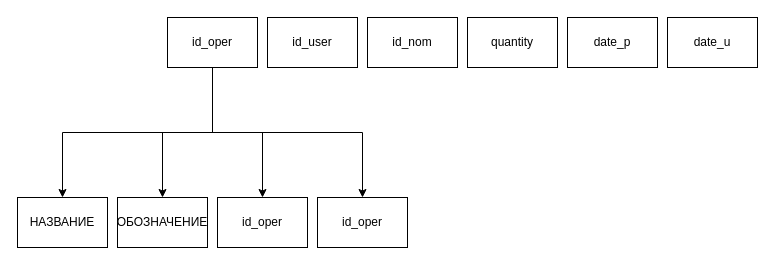
Before: doc/quan.drawio in i5anin/vue.soft.pfforum, a draw.io diagram. Source tidied: cells renumbered, new cells numbered last; positions are measured from the earlier drawing's top-left corner, leaving out a move shared by most shapes. Both pictures are drawn from the tidied source at 100%, with x=0, y=0 at pixel (17, 17).
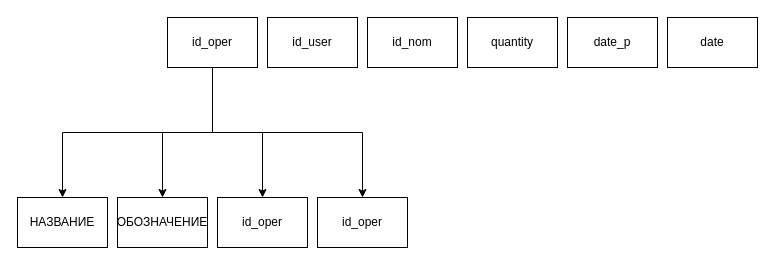
The same page after the edit.

What changed in the source:
```diff
@@
 <mxGraphModel>
   <root>
     <mxCell id="0" />
     <mxCell id="1" parent="0" />
     <mxCell id="2" style="edgeStyle=orthogonalEdgeStyle;rounded=0;jettySize=auto;html=1;exitX=0.5;exitY=1;exitDx=0;exitDy=0;" parent="1" edge="1" source="6" target="12">
       <mxGeometry relative="1" as="geometry" />
     </mxCell>
     <mxCell id="3" style="edgeStyle=orthogonalEdgeStyle;rounded=0;jettySize=auto;html=1;exitX=0.5;exitY=1;exitDx=0;exitDy=0;" parent="1" edge="1" source="6" target="13">
       <mxGeometry relative="1" as="geometry" />
     </mxCell>
     <mxCell id="4" style="edgeStyle=orthogonalEdgeStyle;rounded=0;jettySize=auto;html=1;exitX=0.5;exitY=1;exitDx=0;exitDy=0;" parent="1" edge="1" source="6" target="14">
       <mxGeometry relative="1" as="geometry" />
     </mxCell>
     <mxCell id="5" style="edgeStyle=orthogonalEdgeStyle;rounded=0;jettySize=auto;html=1;exitX=0.5;exitY=1;exitDx=0;exitDy=0;" parent="1" edge="1" source="6" target="15">
       <mxGeometry relative="1" as="geometry" />
     </mxCell>
     <mxCell id="6" value="id_oper" style="rounded=0;whiteSpace=wrap;html=1;" parent="1" vertex="1">
       <mxGeometry x="150" width="90" height="50" as="geometry" />
     </mxCell>
     <mxCell id="7" value="id_user" style="rounded=0;whiteSpace=wrap;html=1;" parent="1" vertex="1">
       <mxGeometry x="250" width="90" height="50" as="geometry" />
     </mxCell>
     <mxCell id="8" value="id_nom" style="rounded=0;whiteSpace=wrap;html=1;" parent="1" vertex="1">
       <mxGeometry x="350" width="90" height="50" as="geometry" />
     </mxCell>
     <mxCell id="9" value="quantity" style="rounded=0;whiteSpace=wrap;html=1;" parent="1" vertex="1">
       <mxGeometry x="450" width="90" height="50" as="geometry" />
     </mxCell>
     <mxCell id="10" value="date_p" style="rounded=0;whiteSpace=wrap;html=1;" parent="1" vertex="1">
       <mxGeometry x="550" width="90" height="50" as="geometry" />
     </mxCell>
-    <mxCell id="11" value="date_u" style="rounded=0;whiteSpace=wrap;html=1;" parent="1" vertex="1">
+    <mxCell id="11" value="date" style="rounded=0;whiteSpace=wrap;html=1;" parent="1" vertex="1">
       <mxGeometry x="650" width="90" height="50" as="geometry" />
     </mxCell>
     <mxCell id="12" value="НАЗВАНИЕ" style="rounded=0;whiteSpace=wrap;html=1;" parent="1" vertex="1">
       <mxGeometry y="180" width="90" height="50" as="geometry" />
     </mxCell>
     <mxCell id="13" value="ОБОЗНАЧЕНИЕ" style="rounded=0;whiteSpace=wrap;html=1;" parent="1" vertex="1">
       <mxGeometry x="100" y="180" width="90" height="50" as="geometry" />
     </mxCell>
     <mxCell id="14" value="id_oper" style="rounded=0;whiteSpace=wrap;html=1;" parent="1" vertex="1">
       <mxGeometry x="200" y="180" width="90" height="50" as="geometry" />
     </mxCell>
     <mxCell id="15" value="id_oper" style="rounded=0;whiteSpace=wrap;html=1;" parent="1" vertex="1">
       <mxGeometry x="300" y="180" width="90" height="50" as="geometry" />
     </mxCell>
   </root>
 </mxGraphModel>
```
